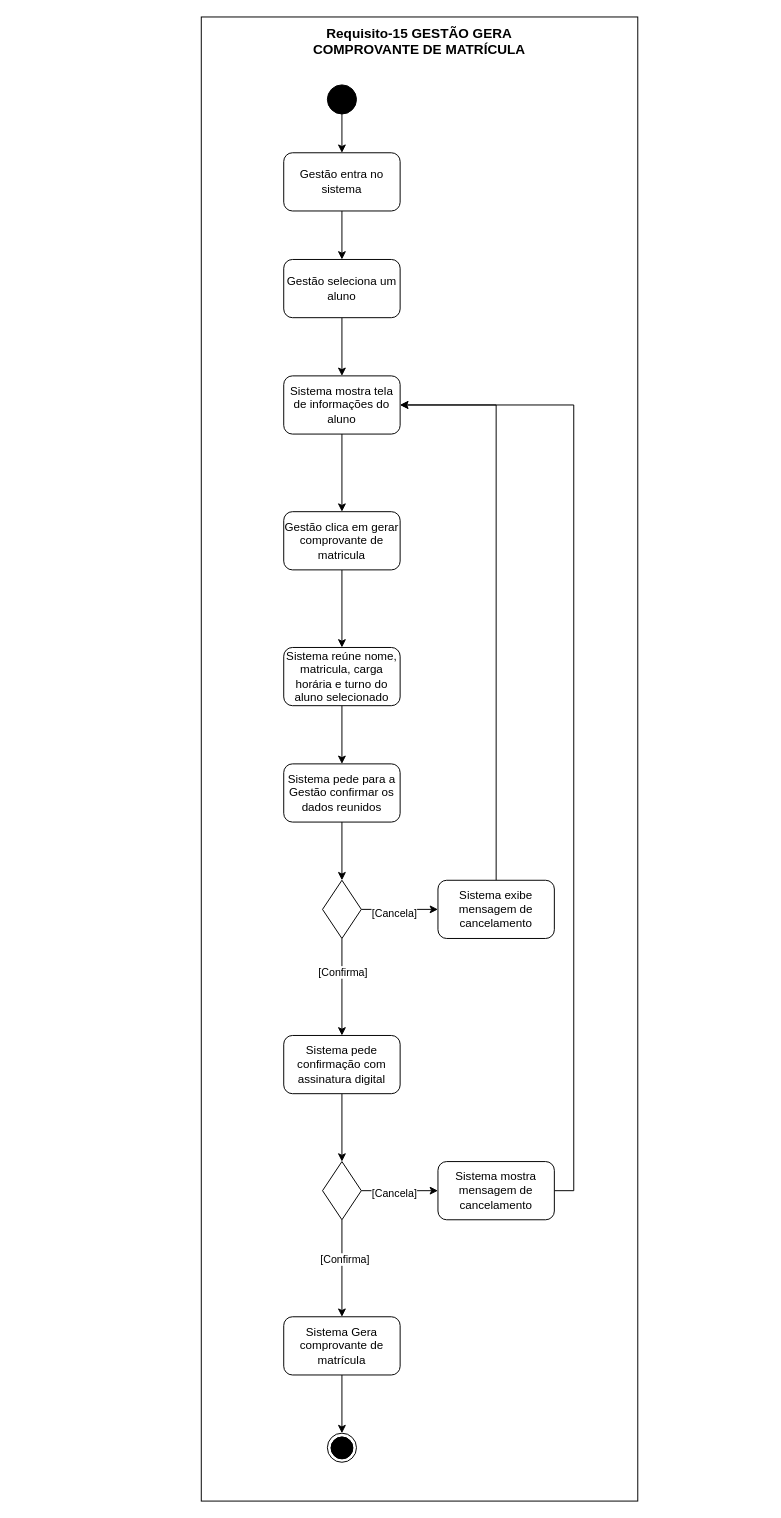
LizReis/An-lise-de-Sistemas keeps this draw.io diagram as Requisito-15.drawio. Above is the earlier version. Source tidied: cells renumbered, new cells numbered last; positions are measured from the earlier drawing's top-left corner, leaving out a move shared by most shapes. Both pictures are drawn from the tidied source at 97%, with x=0, y=0 at pixel (201, 16).
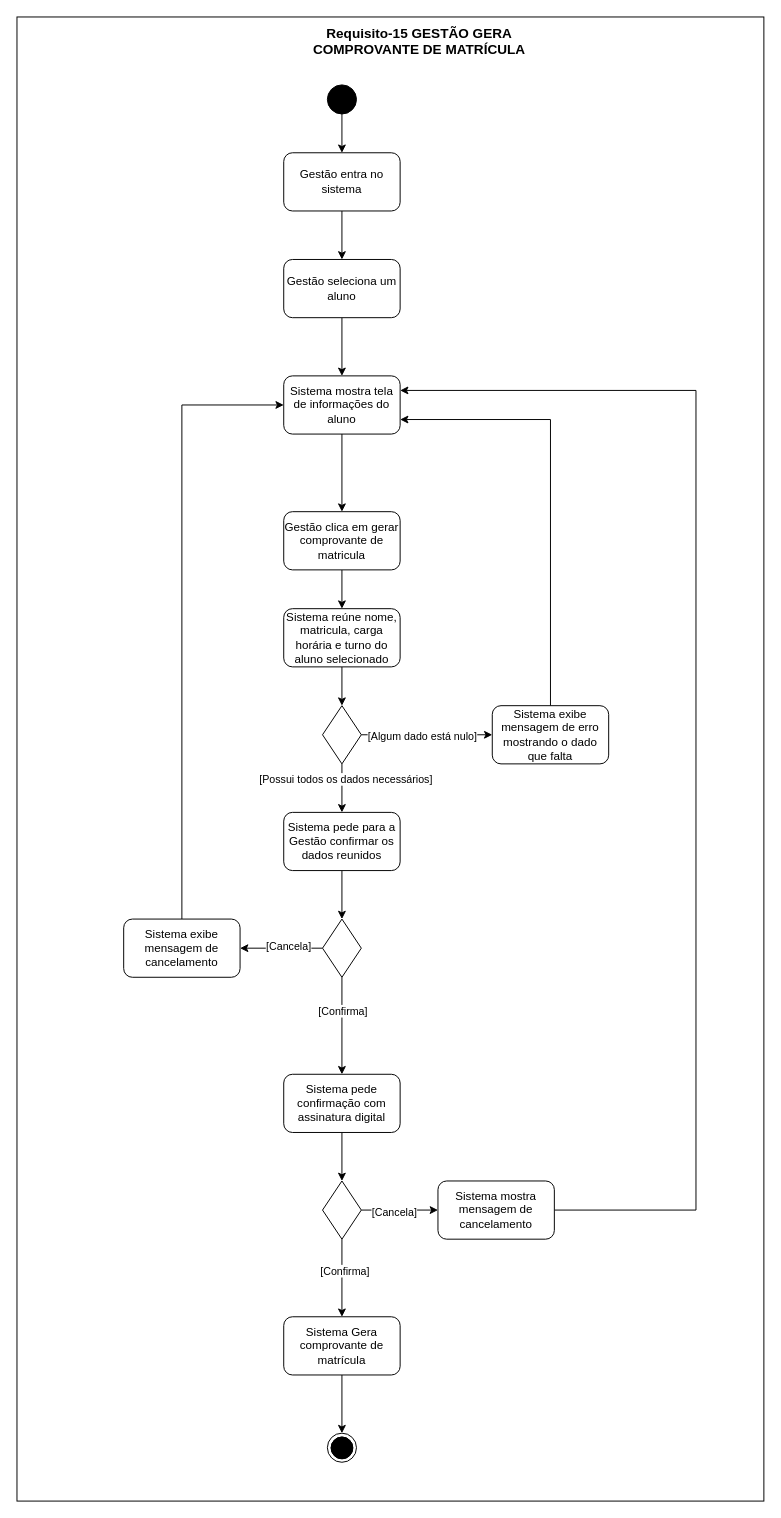
The same diagram, later.

The change refers to these unchanged cells:
```xml
<mxCell id="8" value="Sistema mostra tela de informações do aluno" style="whiteSpace=wrap;html=1;fillColor=#FFFFFF;rounded=1;" parent="1" vertex="1">
  <mxGeometry x="85" y="370" width="120" height="60" as="geometry" />
</mxCell>
```

What changed in the source:
```diff
@@
     <mxCell id="2" style="rounded=0;whiteSpace=wrap;html=1;" parent="1" vertex="1">
-      <mxGeometry width="450" height="1530" as="geometry" />
+      <mxGeometry x="-190" width="770" height="1530" as="geometry" />
     </mxCell>
@@
-    <mxCell id="10" style="edgeStyle=orthogonalEdgeStyle;rounded=0;jettySize=auto;html=1;" parent="1" edge="1" source="11" target="28">
-      <mxGeometry relative="1" as="geometry" />
-    </mxCell>
+    <mxCell id="39" style="edgeStyle=orthogonalEdgeStyle;rounded=0;jettySize=auto;html=1;exitX=0.5;exitY=1;exitDx=0;exitDy=0;entryX=0.5;entryY=0;entryDx=0;entryDy=0;" parent="1" edge="1" source="11" target="44">
+      <mxGeometry relative="1" as="geometry" />
+    </mxCell>
     <mxCell id="11" value="Sistema reúne nome, matricula, carga horária e turno do aluno selecionado" style="rounded=1;whiteSpace=wrap;html=1;" parent="1" vertex="1">
-      <mxGeometry x="85" y="650" width="120" height="60" as="geometry" />
+      <mxGeometry x="85" y="610" width="120" height="60" as="geometry" />
     </mxCell>
@@
     <mxCell id="13" value="Sistema pede confirmação com assinatura digital" style="whiteSpace=wrap;html=1;rounded=1;" parent="1" vertex="1">
-      <mxGeometry x="85" y="1050" width="120" height="60" as="geometry" />
+      <mxGeometry x="85" y="1090" width="120" height="60" as="geometry" />
     </mxCell>
@@
     <mxCell id="18" style="rhombus;whiteSpace=wrap;html=1;" parent="1" vertex="1">
-      <mxGeometry x="125" y="1180" width="40" height="60" as="geometry" />
+      <mxGeometry x="125" y="1200" width="40" height="60" as="geometry" />
     </mxCell>
@@
-    <mxCell id="21" style="edgeStyle=orthogonalEdgeStyle;rounded=0;jettySize=auto;html=1;exitX=1;exitY=0.5;exitDx=0;exitDy=0;entryX=1;entryY=0.5;entryDx=0;entryDy=0;" parent="1" edge="1" source="22" target="8">
-      <mxGeometry relative="1" as="geometry" />
+    <mxCell id="21" style="edgeStyle=orthogonalEdgeStyle;rounded=0;jettySize=auto;html=1;exitX=1;exitY=0.5;exitDx=0;exitDy=0;entryX=1;entryY=0.25;entryDx=0;entryDy=0;" parent="1" edge="1" source="22" target="8">
+      <mxGeometry relative="1" as="geometry">
+        <Array as="points">
+          <mxPoint x="510" y="1230" />
+          <mxPoint x="510" y="385" />
+        </Array>
+      </mxGeometry>
     </mxCell>
     <mxCell id="22" value="Sistema mostra mensagem de cancelamento" style="rounded=1;whiteSpace=wrap;html=1;" parent="1" vertex="1">
-      <mxGeometry x="244" y="1180" width="120" height="60" as="geometry" />
+      <mxGeometry x="244" y="1200" width="120" height="60" as="geometry" />
     </mxCell>
@@
     <mxCell id="28" value="Sistema pede para a Gestão confirmar os dados reunidos" style="whiteSpace=wrap;html=1;rounded=1;" parent="1" vertex="1">
-      <mxGeometry x="85" y="770" width="120" height="60" as="geometry" />
+      <mxGeometry x="85" y="820" width="120" height="60" as="geometry" />
     </mxCell>
@@
     <mxCell id="33" style="rhombus;whiteSpace=wrap;html=1;" parent="1" vertex="1">
-      <mxGeometry x="125" y="890" width="40" height="60" as="geometry" />
+      <mxGeometry x="125" y="930" width="40" height="60" as="geometry" />
     </mxCell>
-    <mxCell id="34" style="edgeStyle=orthogonalEdgeStyle;rounded=0;jettySize=auto;html=1;exitX=0.5;exitY=0;exitDx=0;exitDy=0;entryX=1;entryY=0.5;entryDx=0;entryDy=0;" parent="1" edge="1" source="35" target="8">
+    <mxCell id="34" style="edgeStyle=orthogonalEdgeStyle;rounded=0;jettySize=auto;html=1;exitX=0.5;exitY=0;exitDx=0;exitDy=0;entryX=0;entryY=0.5;entryDx=0;entryDy=0;" parent="1" edge="1" source="35" target="8">
       <mxGeometry relative="1" as="geometry" />
     </mxCell>
     <mxCell id="35" value="Sistema exibe mensagem de cancelamento" style="rounded=1;whiteSpace=wrap;html=1;" parent="1" vertex="1">
-      <mxGeometry x="244" y="890" width="120" height="60" as="geometry" />
+      <mxGeometry x="-80" y="930" width="120" height="60" as="geometry" />
     </mxCell>
@@
+    <mxCell id="40" style="edgeStyle=orthogonalEdgeStyle;rounded=0;jettySize=auto;html=1;exitX=0.5;exitY=1;exitDx=0;exitDy=0;" parent="1" edge="1" source="44" target="28">
+      <mxGeometry relative="1" as="geometry" />
+    </mxCell>
+    <mxCell id="41" value="[Possui todos os dados necessários]" style="edgeLabel;html=1;align=center;verticalAlign=middle;" parent="40" vertex="1">
+      <mxGeometry x="-0.4" y="3" relative="1" as="geometry" />
+    </mxCell>
+    <mxCell id="42" style="edgeStyle=orthogonalEdgeStyle;rounded=0;jettySize=auto;html=1;" parent="1" edge="1" source="44" target="46">
+      <mxGeometry relative="1" as="geometry" />
+    </mxCell>
+    <mxCell id="43" value="[Algum dado está nulo]" style="edgeLabel;html=1;align=center;verticalAlign=middle;" parent="42" vertex="1">
+      <mxGeometry x="-0.08" y="-1" relative="1" as="geometry" />
+    </mxCell>
+    <mxCell id="44" style="rhombus;whiteSpace=wrap;html=1;" parent="1" vertex="1">
+      <mxGeometry x="125" y="710" width="40" height="60" as="geometry" />
+    </mxCell>
+    <mxCell id="45" style="edgeStyle=orthogonalEdgeStyle;rounded=0;jettySize=auto;html=1;exitX=0.5;exitY=0;exitDx=0;exitDy=0;entryX=1;entryY=0.75;entryDx=0;entryDy=0;" parent="1" edge="1" source="46" target="8">
+      <mxGeometry relative="1" as="geometry" />
+    </mxCell>
+    <mxCell id="46" value="Sistema exibe mensagem de erro mostrando o dado que falta" style="rounded=1;whiteSpace=wrap;html=1;" parent="1" vertex="1">
+      <mxGeometry x="300" y="710" width="120" height="60" as="geometry" />
+    </mxCell>
```
